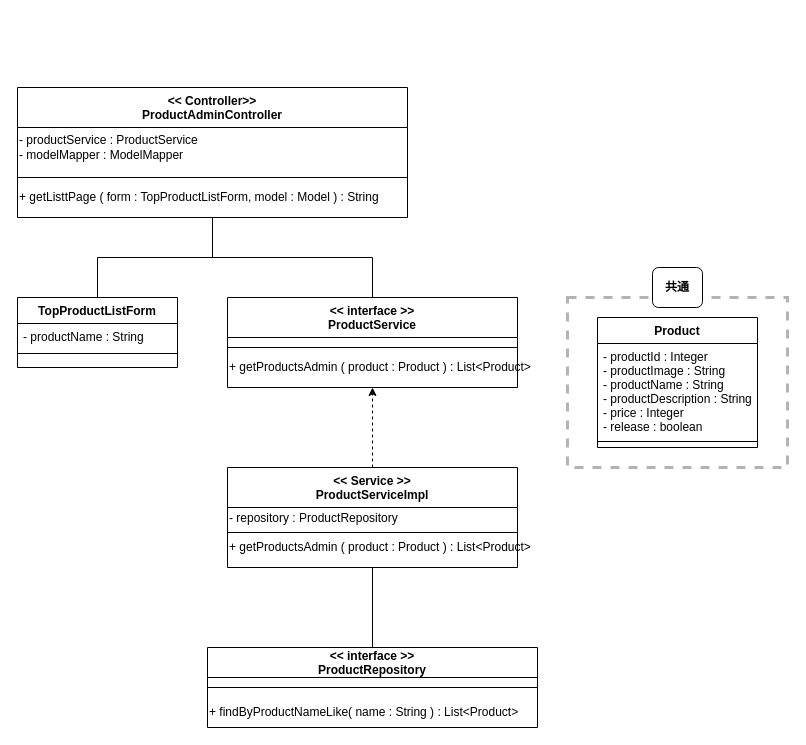
kumikoarai/ecsite keeps this draw.io diagram as page "商品リスト表示（管理者用）" (3 of 8) of クラス図4.drawio. Above is the earlier version. Source tidied: cells renumbered, new cells numbered last; positions are measured from the earlier drawing's top-left corner, leaving out a move shared by most shapes. Both pictures are drawn from the tidied source at 100%, with x=0, y=0 at pixel (17, 87).
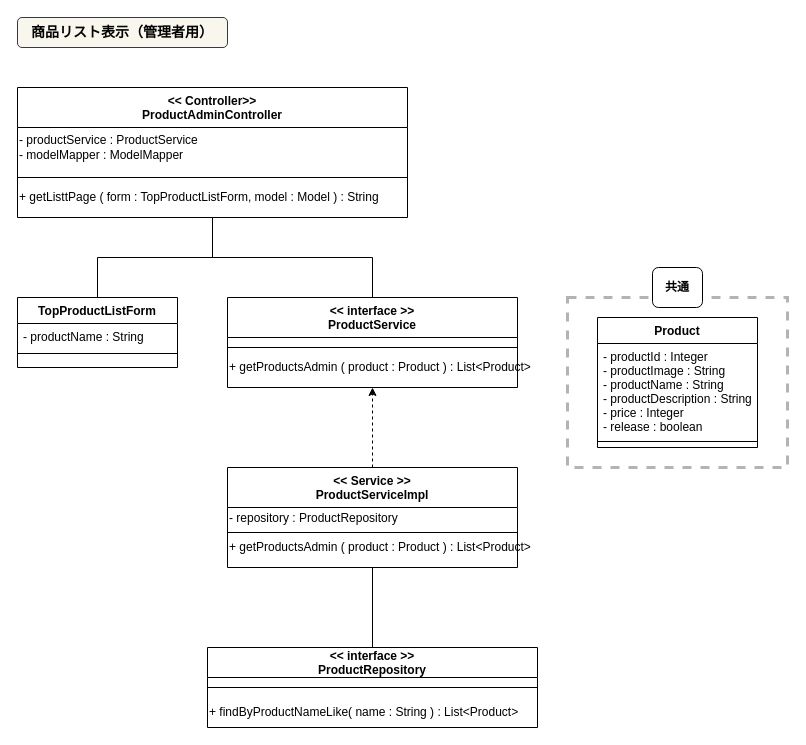
Above is the later version.

Change to the diagram source:
```diff
@@
+    <mxCell id="28" value="商品リスト表示（管理者用）" style="rounded=1;whiteSpace=wrap;html=1;fontStyle=1;fontSize=14;labelBackgroundColor=none;fillColor=#f9f7ed;strokeColor=#36393d;" parent="1" vertex="1">
+      <mxGeometry y="-70" width="210" height="30" as="geometry" />
+    </mxCell>
```
